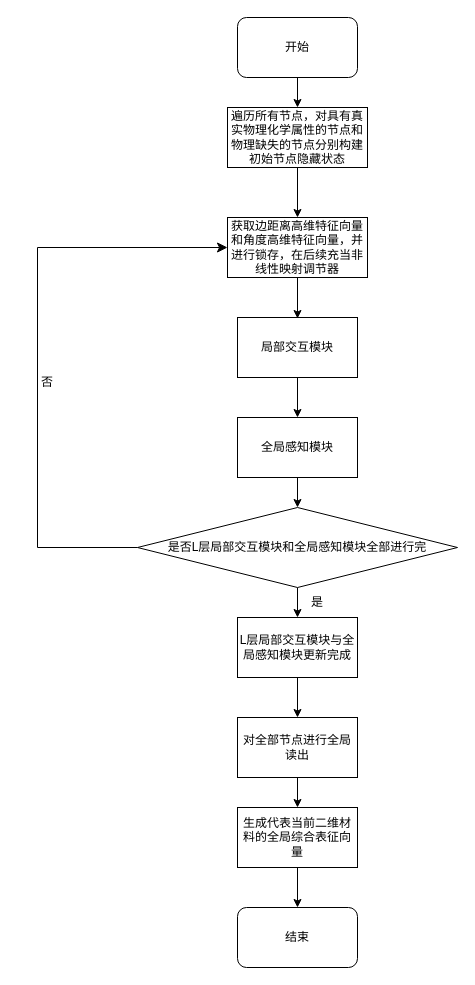
wuleyan2004/defect_formation_energy_prediction keeps this draw.io diagram as 步骤四：总览.drawio. Above is the earlier version. Source tidied: cells renumbered, new cells numbered last; positions are measured from the earlier drawing's top-left corner, leaving out a move shared by most shapes. Both pictures are drawn from the tidied source at 100%, with x=0, y=0 at pixel (17, 17).
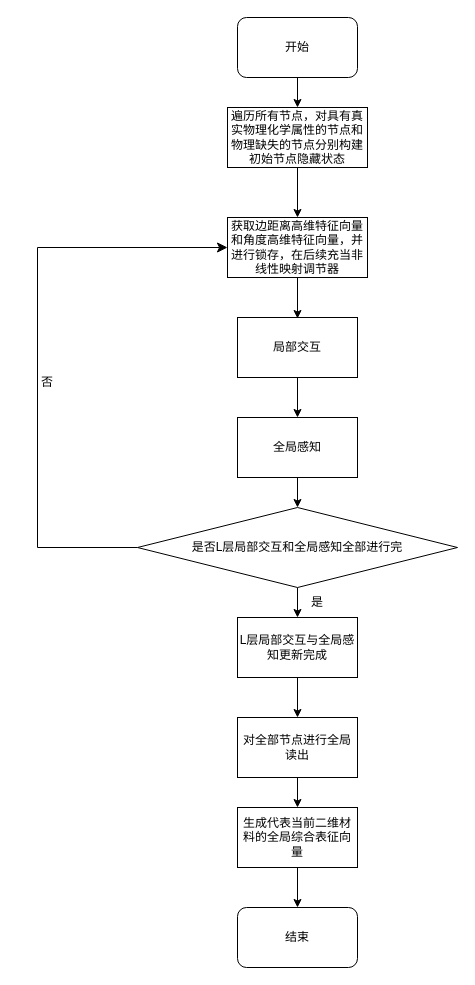
After the change.

Commit message:
更新步骤四：总览.drawio

The edit, as a diff of the source:
```diff
@@
-    <mxCell id="9" value="局部交互模块" style="rounded=0;whiteSpace=wrap;html=1;" parent="1" vertex="1">
+    <mxCell id="9" value="局部交互" style="rounded=0;whiteSpace=wrap;html=1;" parent="1" vertex="1">
       <mxGeometry x="220" y="300" width="120" height="60" as="geometry" />
     </mxCell>
@@
-    <mxCell id="11" value="全局感知模块" style="rounded=0;whiteSpace=wrap;html=1;" parent="1" vertex="1">
+    <mxCell id="11" value="全局感知" style="rounded=0;whiteSpace=wrap;html=1;" parent="1" vertex="1">
       <mxGeometry x="220" y="400" width="120" height="60" as="geometry" />
     </mxCell>
@@
-    <mxCell id="13" value="L层局部交互模块与全局感知模块更新完成" style="rounded=0;whiteSpace=wrap;html=1;" parent="1" vertex="1">
+    <mxCell id="13" value="L层局部交互与全局感知更新完成" style="rounded=0;whiteSpace=wrap;html=1;" parent="1" vertex="1">
       <mxGeometry x="220" y="600" width="120" height="60" as="geometry" />
     </mxCell>
@@
-    <mxCell id="20" value="是否L层局部交互模块和全局感知模块全部进行完" style="rhombus;whiteSpace=wrap;html=1;" parent="1" vertex="1">
+    <mxCell id="20" value="是否L层局部交互和全局感知全部进行完" style="rhombus;whiteSpace=wrap;html=1;" parent="1" vertex="1">
       <mxGeometry x="120" y="490" width="320" height="80" as="geometry" />
     </mxCell>
```
